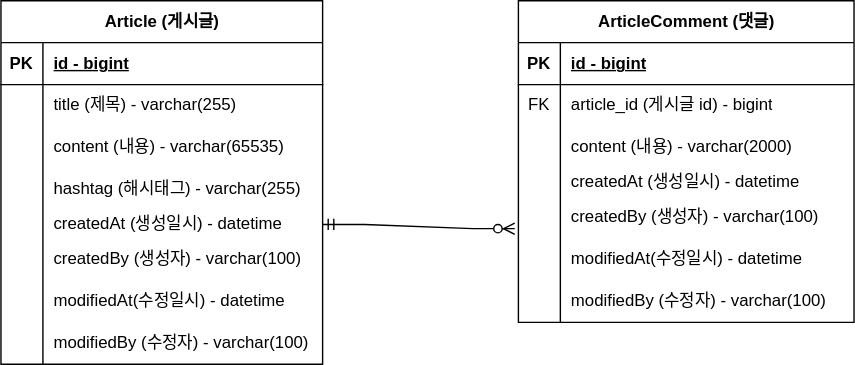
This is document/project-board-erd.svg from fxzz/project-board, a draw.io export, as it was before one commit. Source tidied: cells renumbered, new cells last; positions are measured from the earlier drawing's top-left corner, leaving out a move shared by most shapes.
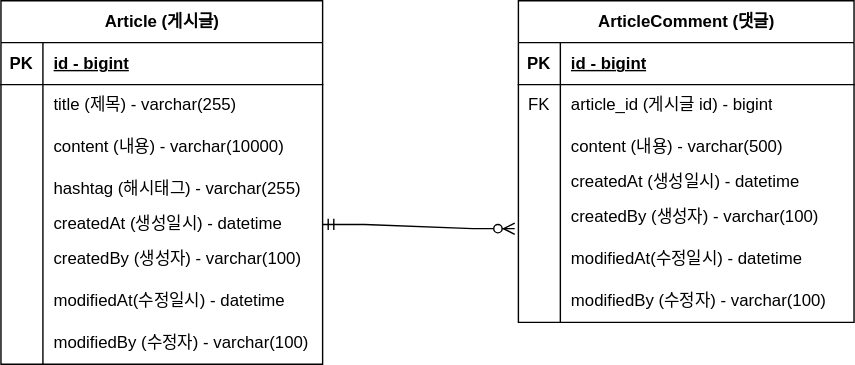
After the change.

Commit message:
#10 - erd 업데이트  content 사이즈 변경

Diff of the diagram source:
```diff
@@ -29,7 +29,7 @@
     <mxCell id="10" style="shape=partialRectangle;fillColor=none;top=0;left=0;bottom=0;right=0;overflow=hidden;whiteSpace=wrap;html=1;" parent="9" vertex="1">
       <mxGeometry width="30" height="30" as="geometry" />
     </mxCell>
-    <mxCell id="11" value="content (내용) - varchar(65535)" style="shape=partialRectangle;fillColor=none;top=0;left=0;bottom=0;right=0;align=left;spacingLeft=6;overflow=hidden;whiteSpace=wrap;html=1;" parent="9" vertex="1">
+    <mxCell id="11" value="content (내용) - varchar(10000)" style="shape=partialRectangle;fillColor=none;top=0;left=0;bottom=0;right=0;align=left;spacingLeft=6;overflow=hidden;whiteSpace=wrap;html=1;" parent="9" vertex="1">
       <mxGeometry x="30" width="200" height="30" as="geometry" />
     </mxCell>
     <mxCell id="12" style="shape=tableRow;horizontal=0;startSize=0;swimlaneHead=0;swimlaneBody=0;fillColor=none;top=0;left=0;right=0;bottom=0;" parent="2" vertex="1">
@@ -104,7 +104,7 @@
     <mxCell id="35" style="shape=partialRectangle;fillColor=none;top=0;left=0;bottom=0;right=0;overflow=hidden;whiteSpace=wrap;html=1;" parent="34" vertex="1">
       <mxGeometry width="30" height="30" as="geometry" />
     </mxCell>
-    <mxCell id="36" value="content (내용) - varchar(2000)" style="shape=partialRectangle;fillColor=none;top=0;left=0;bottom=0;right=0;align=left;spacingLeft=6;overflow=hidden;whiteSpace=wrap;html=1;" parent="34" vertex="1">
+    <mxCell id="36" value="content (내용) - varchar(500)" style="shape=partialRectangle;fillColor=none;top=0;left=0;bottom=0;right=0;align=left;spacingLeft=6;overflow=hidden;whiteSpace=wrap;html=1;" parent="34" vertex="1">
       <mxGeometry x="30" width="210" height="30" as="geometry" />
     </mxCell>
     <mxCell id="37" style="shape=tableRow;horizontal=0;startSize=0;swimlaneHead=0;swimlaneBody=0;fillColor=none;top=0;left=0;right=0;bottom=0;" parent="27" vertex="1">
```
